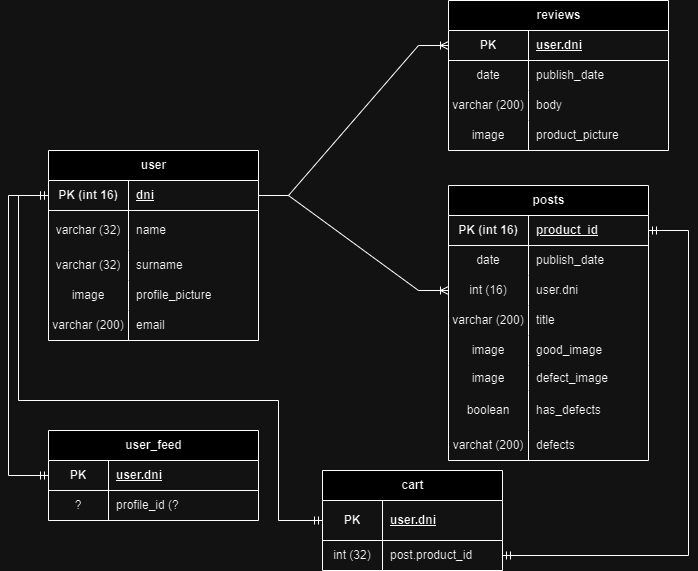
This is Documentacion BackEnd/DLR.drawio.png from ATREUSR/Proyecto-2023, a draw.io export, as it was before one commit. Source tidied: cells renumbered, new cells last; positions are measured from the earlier drawing's top-left corner, leaving out a move shared by most shapes. The source it was exported from:
```xml
<mxGraphModel>
  <root>
    <mxCell id="0" />
    <mxCell id="1" parent="0" />
    <mxCell id="2" value="user" style="shape=table;startSize=30;rowLines=0;fontStyle=1;align=center;html=1;" parent="1" vertex="1">
      <mxGeometry x="40" y="150" width="210" height="190" as="geometry" />
    </mxCell>
    <mxCell id="3" style="shape=tableRow;horizontal=0;startSize=0;swimlaneHead=0;swimlaneBody=0;fillColor=none;points=[[0,0.5],[1,0.5]];portConstraint=eastwest;top=0;left=0;right=0;bottom=1;" parent="2" vertex="1">
      <mxGeometry y="30" width="210" height="30" as="geometry" />
    </mxCell>
    <mxCell id="4" value="PK (int 16)" style="shape=partialRectangle;fillColor=none;top=0;left=0;bottom=0;right=0;fontStyle=1;overflow=hidden;whiteSpace=wrap;html=1;" parent="3" vertex="1">
      <mxGeometry width="80" height="30" as="geometry" />
    </mxCell>
    <mxCell id="5" value="dni" style="shape=partialRectangle;fillColor=none;top=0;left=0;bottom=0;right=0;align=left;spacingLeft=6;fontStyle=5;overflow=hidden;whiteSpace=wrap;html=1;" parent="3" vertex="1">
      <mxGeometry x="80" width="130" height="30" as="geometry" />
    </mxCell>
    <mxCell id="6" style="shape=tableRow;horizontal=0;startSize=0;swimlaneHead=0;swimlaneBody=0;fillColor=none;top=0;left=0;right=0;bottom=0;" parent="2" vertex="1">
      <mxGeometry y="60" width="210" height="40" as="geometry" />
    </mxCell>
    <mxCell id="7" value="varchar (32)" style="shape=partialRectangle;fillColor=none;top=0;left=0;bottom=0;right=0;overflow=hidden;whiteSpace=wrap;html=1;" parent="6" vertex="1">
      <mxGeometry width="80" height="40" as="geometry" />
    </mxCell>
    <mxCell id="8" value="name" style="shape=partialRectangle;fillColor=none;top=0;left=0;bottom=0;right=0;align=left;spacingLeft=6;overflow=hidden;whiteSpace=wrap;html=1;" parent="6" vertex="1">
      <mxGeometry x="80" width="130" height="40" as="geometry" />
    </mxCell>
    <mxCell id="9" style="shape=tableRow;horizontal=0;startSize=0;swimlaneHead=0;swimlaneBody=0;fillColor=none;top=0;left=0;right=0;bottom=0;" parent="2" vertex="1">
      <mxGeometry y="100" width="210" height="30" as="geometry" />
    </mxCell>
    <mxCell id="10" value="varchar (32)" style="shape=partialRectangle;fillColor=none;top=0;left=0;bottom=0;right=0;overflow=hidden;whiteSpace=wrap;html=1;" parent="9" vertex="1">
      <mxGeometry width="80" height="30" as="geometry" />
    </mxCell>
    <mxCell id="11" value="surname" style="shape=partialRectangle;fillColor=none;top=0;left=0;bottom=0;right=0;align=left;spacingLeft=6;overflow=hidden;whiteSpace=wrap;html=1;" parent="9" vertex="1">
      <mxGeometry x="80" width="130" height="30" as="geometry" />
    </mxCell>
    <mxCell id="12" style="shape=tableRow;horizontal=0;startSize=0;swimlaneHead=0;swimlaneBody=0;fillColor=none;top=0;left=0;right=0;bottom=0;" parent="2" vertex="1">
      <mxGeometry y="130" width="210" height="30" as="geometry" />
    </mxCell>
    <mxCell id="13" value="image" style="shape=partialRectangle;fillColor=none;top=0;left=0;bottom=0;right=0;overflow=hidden;whiteSpace=wrap;html=1;" parent="12" vertex="1">
      <mxGeometry width="80" height="30" as="geometry" />
    </mxCell>
    <mxCell id="14" value="profile_picture" style="shape=partialRectangle;fillColor=none;top=0;left=0;bottom=0;right=0;align=left;spacingLeft=6;overflow=hidden;whiteSpace=wrap;html=1;" parent="12" vertex="1">
      <mxGeometry x="80" width="130" height="30" as="geometry" />
    </mxCell>
    <mxCell id="15" style="shape=tableRow;horizontal=0;startSize=0;swimlaneHead=0;swimlaneBody=0;fillColor=none;top=0;left=0;right=0;bottom=0;" parent="2" vertex="1">
      <mxGeometry y="160" width="210" height="30" as="geometry" />
    </mxCell>
    <mxCell id="16" value="varchar (200)" style="shape=partialRectangle;fillColor=none;top=0;left=0;bottom=0;right=0;fontStyle=0;overflow=hidden;whiteSpace=wrap;html=1;" parent="15" vertex="1">
      <mxGeometry width="80" height="30" as="geometry" />
    </mxCell>
    <mxCell id="17" value="email" style="shape=partialRectangle;fillColor=none;top=0;left=0;bottom=0;right=0;align=left;spacingLeft=6;fontStyle=0;overflow=hidden;whiteSpace=wrap;html=1;" parent="15" vertex="1">
      <mxGeometry x="80" width="130" height="30" as="geometry" />
    </mxCell>
    <mxCell id="18" value="user_feed" style="shape=table;startSize=30;rowLines=0;fontStyle=1;align=center;html=1;" parent="1" vertex="1">
      <mxGeometry x="40" y="430" width="210" height="90" as="geometry" />
    </mxCell>
    <mxCell id="19" style="shape=tableRow;horizontal=0;startSize=0;swimlaneHead=0;swimlaneBody=0;fillColor=none;points=[[0,0.5],[1,0.5]];portConstraint=eastwest;top=0;left=0;right=0;bottom=1;" parent="18" vertex="1">
      <mxGeometry y="30" width="210" height="30" as="geometry" />
    </mxCell>
    <mxCell id="20" value="PK" style="shape=partialRectangle;fillColor=none;top=0;left=0;bottom=0;right=0;fontStyle=1;overflow=hidden;whiteSpace=wrap;html=1;" parent="19" vertex="1">
      <mxGeometry width="60" height="30" as="geometry" />
    </mxCell>
    <mxCell id="21" value="user.dni" style="shape=partialRectangle;fillColor=none;top=0;left=0;bottom=0;right=0;align=left;spacingLeft=6;fontStyle=5;overflow=hidden;whiteSpace=wrap;html=1;" parent="19" vertex="1">
      <mxGeometry x="60" width="150" height="30" as="geometry" />
    </mxCell>
    <mxCell id="22" style="shape=tableRow;horizontal=0;startSize=0;swimlaneHead=0;swimlaneBody=0;fillColor=none;top=0;left=0;right=0;bottom=0;" parent="18" vertex="1">
      <mxGeometry y="60" width="210" height="30" as="geometry" />
    </mxCell>
    <mxCell id="23" value="?" style="shape=partialRectangle;fillColor=none;top=0;left=0;bottom=0;right=0;overflow=hidden;whiteSpace=wrap;html=1;" parent="22" vertex="1">
      <mxGeometry width="60" height="30" as="geometry" />
    </mxCell>
    <mxCell id="24" value="profile_id (?" style="shape=partialRectangle;fillColor=none;top=0;left=0;bottom=0;right=0;align=left;spacingLeft=6;overflow=hidden;whiteSpace=wrap;html=1;" parent="22" vertex="1">
      <mxGeometry x="60" width="150" height="30" as="geometry" />
    </mxCell>
    <mxCell id="25" style="fontSize=12;html=1;endArrow=ERmandOne;startArrow=ERmandOne;rounded=0;entryX=0;entryY=0.5;entryDx=0;entryDy=0;exitX=0;exitY=0.5;exitDx=0;exitDy=0;" parent="1" edge="1" source="3" target="19">
      <mxGeometry relative="1" as="geometry">
        <Array as="points">
          <mxPoint y="195" />
          <mxPoint y="475" />
        </Array>
      </mxGeometry>
    </mxCell>
    <mxCell id="26" value="cart" style="shape=table;startSize=30;rowLines=0;fontStyle=1;align=center;html=1;" parent="1" vertex="1">
      <mxGeometry x="314" y="470" width="180" height="100" as="geometry" />
    </mxCell>
    <mxCell id="27" style="shape=tableRow;horizontal=0;startSize=0;swimlaneHead=0;swimlaneBody=0;fillColor=none;points=[[0,0.5],[1,0.5]];portConstraint=eastwest;top=0;left=0;right=0;bottom=1;" parent="26" vertex="1">
      <mxGeometry y="30" width="180" height="40" as="geometry" />
    </mxCell>
    <mxCell id="28" value="PK" style="shape=partialRectangle;fillColor=none;top=0;left=0;bottom=0;right=0;fontStyle=1;overflow=hidden;whiteSpace=wrap;html=1;" parent="27" vertex="1">
      <mxGeometry width="60" height="40" as="geometry" />
    </mxCell>
    <mxCell id="29" value="user.dni" style="shape=partialRectangle;fillColor=none;top=0;left=0;bottom=0;right=0;align=left;spacingLeft=6;fontStyle=5;overflow=hidden;whiteSpace=wrap;html=1;" parent="27" vertex="1">
      <mxGeometry x="60" width="120" height="40" as="geometry" />
    </mxCell>
    <mxCell id="30" style="shape=tableRow;horizontal=0;startSize=0;swimlaneHead=0;swimlaneBody=0;fillColor=none;points=[[0,0.5],[1,0.5]];portConstraint=eastwest;top=0;left=0;right=0;bottom=0;" parent="26" vertex="1">
      <mxGeometry y="70" width="180" height="30" as="geometry" />
    </mxCell>
    <mxCell id="31" value="int (32)" style="shape=partialRectangle;fillColor=none;top=0;left=0;bottom=0;right=0;overflow=hidden;whiteSpace=wrap;html=1;" parent="30" vertex="1">
      <mxGeometry width="60" height="30" as="geometry" />
    </mxCell>
    <mxCell id="32" value="post.product_id" style="shape=partialRectangle;fillColor=none;top=0;left=0;bottom=0;right=0;align=left;spacingLeft=6;overflow=hidden;whiteSpace=wrap;html=1;" parent="30" vertex="1">
      <mxGeometry x="60" width="120" height="30" as="geometry" />
    </mxCell>
    <mxCell id="33" style="fontSize=12;html=1;endArrow=ERmandOne;startArrow=ERmandOne;rounded=0;entryX=0;entryY=0.5;entryDx=0;entryDy=0;exitX=0;exitY=0.5;exitDx=0;exitDy=0;" parent="1" edge="1" source="3" target="27">
      <mxGeometry relative="1" as="geometry">
        <Array as="points">
          <mxPoint x="10" y="195" />
          <mxPoint x="10" y="400" />
          <mxPoint x="270" y="400" />
          <mxPoint x="270" y="520" />
        </Array>
      </mxGeometry>
    </mxCell>
    <mxCell id="34" value="reviews" style="shape=table;startSize=30;rowLines=0;fontStyle=1;align=center;html=1;" parent="1" vertex="1">
      <mxGeometry x="440" width="220" height="150" as="geometry" />
    </mxCell>
    <mxCell id="35" style="shape=tableRow;horizontal=0;startSize=0;swimlaneHead=0;swimlaneBody=0;fillColor=none;points=[[0,0.5],[1,0.5]];portConstraint=eastwest;top=0;left=0;right=0;bottom=1;" parent="34" vertex="1">
      <mxGeometry y="30" width="220" height="30" as="geometry" />
    </mxCell>
    <mxCell id="36" value="PK" style="shape=partialRectangle;fillColor=none;top=0;left=0;bottom=0;right=0;fontStyle=1;overflow=hidden;whiteSpace=wrap;html=1;" parent="35" vertex="1">
      <mxGeometry width="80" height="30" as="geometry" />
    </mxCell>
    <mxCell id="37" value="user.dni" style="shape=partialRectangle;fillColor=none;top=0;left=0;bottom=0;right=0;align=left;spacingLeft=6;fontStyle=5;overflow=hidden;whiteSpace=wrap;html=1;" parent="35" vertex="1">
      <mxGeometry x="80" width="140" height="30" as="geometry" />
    </mxCell>
    <mxCell id="38" style="shape=tableRow;horizontal=0;startSize=0;swimlaneHead=0;swimlaneBody=0;fillColor=none;top=0;left=0;right=0;bottom=0;" parent="34" vertex="1">
      <mxGeometry y="60" width="220" height="30" as="geometry" />
    </mxCell>
    <mxCell id="39" value="date" style="shape=partialRectangle;fillColor=none;top=0;left=0;bottom=0;right=0;overflow=hidden;whiteSpace=wrap;html=1;" parent="38" vertex="1">
      <mxGeometry width="80" height="30" as="geometry" />
    </mxCell>
    <mxCell id="40" value="publish_date" style="shape=partialRectangle;fillColor=none;top=0;left=0;bottom=0;right=0;align=left;spacingLeft=6;overflow=hidden;whiteSpace=wrap;html=1;" parent="38" vertex="1">
      <mxGeometry x="80" width="140" height="30" as="geometry" />
    </mxCell>
    <mxCell id="41" style="shape=tableRow;horizontal=0;startSize=0;swimlaneHead=0;swimlaneBody=0;fillColor=none;top=0;left=0;right=0;bottom=0;" parent="34" vertex="1">
      <mxGeometry y="90" width="220" height="30" as="geometry" />
    </mxCell>
    <mxCell id="42" value="varchar (200)" style="shape=partialRectangle;fillColor=none;top=0;left=0;bottom=0;right=0;overflow=hidden;whiteSpace=wrap;html=1;" parent="41" vertex="1">
      <mxGeometry width="80" height="30" as="geometry" />
    </mxCell>
    <mxCell id="43" value="body" style="shape=partialRectangle;fillColor=none;top=0;left=0;bottom=0;right=0;align=left;spacingLeft=6;overflow=hidden;whiteSpace=wrap;html=1;" parent="41" vertex="1">
      <mxGeometry x="80" width="140" height="30" as="geometry" />
    </mxCell>
    <mxCell id="44" style="shape=tableRow;horizontal=0;startSize=0;swimlaneHead=0;swimlaneBody=0;fillColor=none;top=0;left=0;right=0;bottom=0;" parent="34" vertex="1">
      <mxGeometry y="120" width="220" height="30" as="geometry" />
    </mxCell>
    <mxCell id="45" value="image" style="shape=partialRectangle;fillColor=none;top=0;left=0;bottom=0;right=0;overflow=hidden;whiteSpace=wrap;html=1;" parent="44" vertex="1">
      <mxGeometry width="80" height="30" as="geometry" />
    </mxCell>
    <mxCell id="46" value="product_picture" style="shape=partialRectangle;fillColor=none;top=0;left=0;bottom=0;right=0;align=left;spacingLeft=6;overflow=hidden;whiteSpace=wrap;html=1;" parent="44" vertex="1">
      <mxGeometry x="80" width="140" height="30" as="geometry" />
    </mxCell>
    <mxCell id="47" style="edgeStyle=entityRelationEdgeStyle;fontSize=12;html=1;endArrow=ERoneToMany;rounded=0;exitX=1;exitY=0.5;exitDx=0;exitDy=0;entryX=0;entryY=0.5;entryDx=0;entryDy=0;" parent="1" edge="1" source="3" target="35">
      <mxGeometry relative="1" as="geometry">
        <Array as="points">
          <mxPoint x="290" y="190" />
          <mxPoint x="310" y="190" />
          <mxPoint x="300" y="190" />
        </Array>
      </mxGeometry>
    </mxCell>
    <mxCell id="48" value="posts" style="shape=table;startSize=30;rowLines=0;fontStyle=1;align=center;html=1;" parent="1" vertex="1">
      <mxGeometry x="440" y="185" width="200" height="275" as="geometry" />
    </mxCell>
    <mxCell id="49" style="shape=tableRow;horizontal=0;startSize=0;swimlaneHead=0;swimlaneBody=0;fillColor=none;points=[[0,0.5],[1,0.5]];portConstraint=eastwest;top=0;left=0;right=0;bottom=1;" parent="48" vertex="1">
      <mxGeometry y="30" width="200" height="30" as="geometry" />
    </mxCell>
    <mxCell id="50" value="PK (int 16)" style="shape=partialRectangle;fillColor=none;top=0;left=0;bottom=0;right=0;fontStyle=1;overflow=hidden;whiteSpace=wrap;html=1;" parent="49" vertex="1">
      <mxGeometry width="80" height="30" as="geometry" />
    </mxCell>
    <mxCell id="51" value="product_id" style="shape=partialRectangle;fillColor=none;top=0;left=0;bottom=0;right=0;align=left;spacingLeft=6;fontStyle=5;overflow=hidden;whiteSpace=wrap;html=1;" parent="49" vertex="1">
      <mxGeometry x="80" width="120" height="30" as="geometry" />
    </mxCell>
    <mxCell id="52" style="shape=tableRow;horizontal=0;startSize=0;swimlaneHead=0;swimlaneBody=0;fillColor=none;top=0;left=0;right=0;bottom=0;" parent="48" vertex="1">
      <mxGeometry y="60" width="200" height="30" as="geometry" />
    </mxCell>
    <mxCell id="53" value="date" style="shape=partialRectangle;fillColor=none;top=0;left=0;bottom=0;right=0;overflow=hidden;whiteSpace=wrap;html=1;" parent="52" vertex="1">
      <mxGeometry width="80" height="30" as="geometry" />
    </mxCell>
    <mxCell id="54" value="publish_date" style="shape=partialRectangle;fillColor=none;top=0;left=0;bottom=0;right=0;align=left;spacingLeft=6;overflow=hidden;whiteSpace=wrap;html=1;" parent="52" vertex="1">
      <mxGeometry x="80" width="120" height="30" as="geometry" />
    </mxCell>
    <mxCell id="55" style="shape=tableRow;horizontal=0;startSize=0;swimlaneHead=0;swimlaneBody=0;fillColor=none;points=[[0,0.5],[1,0.5]];portConstraint=eastwest;top=0;left=0;right=0;bottom=0;" parent="48" vertex="1">
      <mxGeometry y="90" width="200" height="30" as="geometry" />
    </mxCell>
    <mxCell id="56" value="int (16)" style="shape=partialRectangle;fillColor=none;top=0;left=0;bottom=0;right=0;fontStyle=0;overflow=hidden;whiteSpace=wrap;html=1;" parent="55" vertex="1">
      <mxGeometry width="80" height="30" as="geometry" />
    </mxCell>
    <mxCell id="57" value="user.dni" style="shape=partialRectangle;fillColor=none;top=0;left=0;bottom=0;right=0;align=left;spacingLeft=6;fontStyle=0;overflow=hidden;whiteSpace=wrap;html=1;" parent="55" vertex="1">
      <mxGeometry x="80" width="120" height="30" as="geometry" />
    </mxCell>
    <mxCell id="58" style="shape=tableRow;horizontal=0;startSize=0;swimlaneHead=0;swimlaneBody=0;fillColor=none;top=0;left=0;right=0;bottom=0;" parent="48" vertex="1">
      <mxGeometry y="120" width="200" height="30" as="geometry" />
    </mxCell>
    <mxCell id="59" value="varchar (200)" style="shape=partialRectangle;fillColor=none;top=0;left=0;bottom=0;right=0;overflow=hidden;whiteSpace=wrap;html=1;" parent="58" vertex="1">
      <mxGeometry width="80" height="30" as="geometry" />
    </mxCell>
    <mxCell id="60" value="title" style="shape=partialRectangle;fillColor=none;top=0;left=0;bottom=0;right=0;align=left;spacingLeft=6;overflow=hidden;whiteSpace=wrap;html=1;" parent="58" vertex="1">
      <mxGeometry x="80" width="120" height="30" as="geometry" />
    </mxCell>
    <mxCell id="61" style="shape=tableRow;horizontal=0;startSize=0;swimlaneHead=0;swimlaneBody=0;fillColor=none;top=0;left=0;right=0;bottom=0;" parent="48" vertex="1">
      <mxGeometry y="150" width="200" height="30" as="geometry" />
    </mxCell>
    <mxCell id="62" value="image" style="shape=partialRectangle;fillColor=none;top=0;left=0;bottom=0;right=0;overflow=hidden;whiteSpace=wrap;html=1;" parent="61" vertex="1">
      <mxGeometry width="80" height="30" as="geometry" />
    </mxCell>
    <mxCell id="63" value="good_image" style="shape=partialRectangle;fillColor=none;top=0;left=0;bottom=0;right=0;align=left;spacingLeft=6;overflow=hidden;whiteSpace=wrap;html=1;" parent="61" vertex="1">
      <mxGeometry x="80" width="120" height="30" as="geometry" />
    </mxCell>
    <mxCell id="64" style="shape=tableRow;horizontal=0;startSize=0;swimlaneHead=0;swimlaneBody=0;fillColor=none;top=0;left=0;right=0;bottom=0;" parent="48" vertex="1">
      <mxGeometry y="180" width="200" height="25" as="geometry" />
    </mxCell>
    <mxCell id="65" value="image" style="shape=partialRectangle;fillColor=none;top=0;left=0;bottom=0;right=0;fontStyle=0;overflow=hidden;whiteSpace=wrap;html=1;" parent="64" vertex="1">
      <mxGeometry width="80" height="25" as="geometry" />
    </mxCell>
    <mxCell id="66" value="defect_image" style="shape=partialRectangle;fillColor=none;top=0;left=0;bottom=0;right=0;align=left;spacingLeft=6;fontStyle=0;overflow=hidden;whiteSpace=wrap;html=1;" parent="64" vertex="1">
      <mxGeometry x="80" width="120" height="25" as="geometry" />
    </mxCell>
    <mxCell id="67" style="shape=tableRow;horizontal=0;startSize=0;swimlaneHead=0;swimlaneBody=0;fillColor=none;top=0;left=0;right=0;bottom=0;" parent="48" vertex="1">
      <mxGeometry y="205" width="200" height="40" as="geometry" />
    </mxCell>
    <mxCell id="68" value="boolean" style="shape=partialRectangle;fillColor=none;top=0;left=0;bottom=0;right=0;fontStyle=0;overflow=hidden;whiteSpace=wrap;html=1;" parent="67" vertex="1">
      <mxGeometry width="80" height="40" as="geometry" />
    </mxCell>
    <mxCell id="69" value="has_defects" style="shape=partialRectangle;fillColor=none;top=0;left=0;bottom=0;right=0;align=left;spacingLeft=6;fontStyle=0;overflow=hidden;whiteSpace=wrap;html=1;" parent="67" vertex="1">
      <mxGeometry x="80" width="120" height="40" as="geometry" />
    </mxCell>
    <mxCell id="70" style="shape=tableRow;horizontal=0;startSize=0;swimlaneHead=0;swimlaneBody=0;fillColor=none;top=0;left=0;right=0;bottom=0;" parent="48" vertex="1">
      <mxGeometry y="245" width="200" height="30" as="geometry" />
    </mxCell>
    <mxCell id="71" value="varchat (200)" style="shape=partialRectangle;fillColor=none;top=0;left=0;bottom=0;right=0;fontStyle=0;overflow=hidden;whiteSpace=wrap;html=1;" parent="70" vertex="1">
      <mxGeometry width="80" height="30" as="geometry" />
    </mxCell>
    <mxCell id="72" value="defects" style="shape=partialRectangle;fillColor=none;top=0;left=0;bottom=0;right=0;align=left;spacingLeft=6;fontStyle=0;overflow=hidden;whiteSpace=wrap;html=1;" parent="70" vertex="1">
      <mxGeometry x="80" width="120" height="30" as="geometry" />
    </mxCell>
    <mxCell id="73" style="edgeStyle=entityRelationEdgeStyle;fontSize=12;html=1;endArrow=ERoneToMany;rounded=0;exitX=1;exitY=0.5;exitDx=0;exitDy=0;entryX=0;entryY=0.5;entryDx=0;entryDy=0;" parent="1" edge="1" source="3" target="55">
      <mxGeometry relative="1" as="geometry" />
    </mxCell>
    <mxCell id="74" style="fontSize=12;html=1;endArrow=ERmandOne;startArrow=ERmandOne;rounded=0;exitX=1;exitY=0.5;exitDx=0;exitDy=0;entryX=1;entryY=0.5;entryDx=0;entryDy=0;" parent="1" edge="1" source="30" target="49">
      <mxGeometry relative="1" as="geometry">
        <Array as="points">
          <mxPoint x="680" y="555" />
          <mxPoint x="680" y="230" />
        </Array>
      </mxGeometry>
    </mxCell>
  </root>
</mxGraphModel>
```
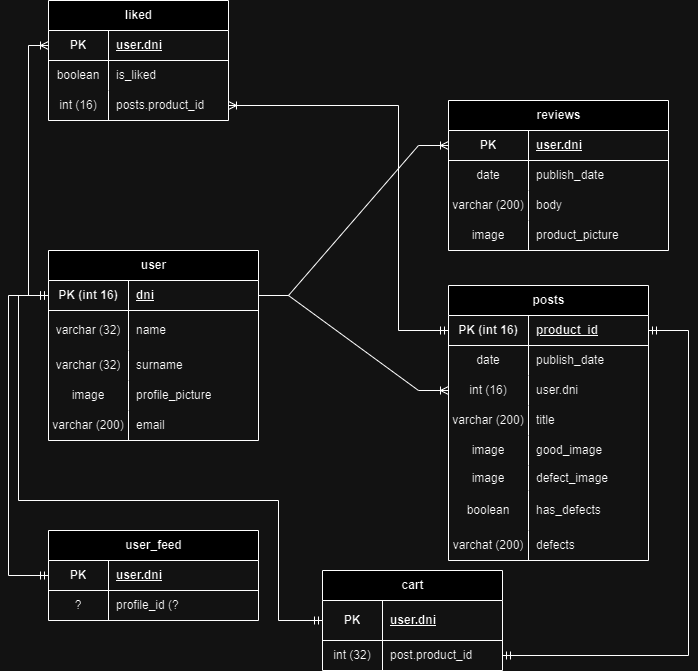
Later version of the same file.

Commit message:
docs(DLR): Agregue la entidad liked

What changed in the source:
```diff
@@ -244,5 +244,46 @@
         </Array>
       </mxGeometry>
     </mxCell>
+    <mxCell id="75" value="liked" style="shape=table;startSize=30;rowLines=0;fontStyle=1;align=center;html=1;" parent="1" vertex="1">
+      <mxGeometry x="40" y="-100" width="180" height="120" as="geometry" />
+    </mxCell>
+    <mxCell id="76" style="shape=tableRow;horizontal=0;startSize=0;swimlaneHead=0;swimlaneBody=0;fillColor=none;points=[[0,0.5],[1,0.5]];portConstraint=eastwest;top=0;left=0;right=0;bottom=1;" parent="75" vertex="1">
+      <mxGeometry y="30" width="180" height="30" as="geometry" />
+    </mxCell>
+    <mxCell id="77" value="PK" style="shape=partialRectangle;fillColor=none;top=0;left=0;bottom=0;right=0;fontStyle=1;overflow=hidden;whiteSpace=wrap;html=1;" parent="76" vertex="1">
+      <mxGeometry width="60" height="30" as="geometry" />
+    </mxCell>
+    <mxCell id="78" value="user.dni" style="shape=partialRectangle;fillColor=none;top=0;left=0;bottom=0;right=0;align=left;spacingLeft=6;fontStyle=5;overflow=hidden;whiteSpace=wrap;html=1;" parent="76" vertex="1">
+      <mxGeometry x="60" width="120" height="30" as="geometry" />
+    </mxCell>
+    <mxCell id="79" style="shape=tableRow;horizontal=0;startSize=0;swimlaneHead=0;swimlaneBody=0;fillColor=none;top=0;left=0;right=0;bottom=0;" parent="75" vertex="1">
+      <mxGeometry y="60" width="180" height="30" as="geometry" />
+    </mxCell>
+    <mxCell id="80" value="boolean" style="shape=partialRectangle;fillColor=none;top=0;left=0;bottom=0;right=0;overflow=hidden;whiteSpace=wrap;html=1;" parent="79" vertex="1">
+      <mxGeometry width="60" height="30" as="geometry" />
+    </mxCell>
+    <mxCell id="81" value="is_liked" style="shape=partialRectangle;fillColor=none;top=0;left=0;bottom=0;right=0;align=left;spacingLeft=6;overflow=hidden;whiteSpace=wrap;html=1;" parent="79" vertex="1">
+      <mxGeometry x="60" width="120" height="30" as="geometry" />
+    </mxCell>
+    <mxCell id="82" style="shape=tableRow;horizontal=0;startSize=0;swimlaneHead=0;swimlaneBody=0;fillColor=none;points=[[0,0.5],[1,0.5]];portConstraint=eastwest;top=0;left=0;right=0;bottom=0;" parent="75" vertex="1">
+      <mxGeometry y="90" width="180" height="30" as="geometry" />
+    </mxCell>
+    <mxCell id="83" value="int (16)" style="shape=partialRectangle;fillColor=none;top=0;left=0;bottom=0;right=0;overflow=hidden;whiteSpace=wrap;html=1;" parent="82" vertex="1">
+      <mxGeometry width="60" height="30" as="geometry" />
+    </mxCell>
+    <mxCell id="84" value="posts.product_id" style="shape=partialRectangle;fillColor=none;top=0;left=0;bottom=0;right=0;align=left;spacingLeft=6;overflow=hidden;whiteSpace=wrap;html=1;" parent="82" vertex="1">
+      <mxGeometry x="60" width="120" height="30" as="geometry" />
+    </mxCell>
+    <mxCell id="85" style="fontSize=12;html=1;endArrow=ERoneToMany;startArrow=ERmandOne;rounded=0;exitX=0;exitY=0.5;exitDx=0;exitDy=0;entryX=1;entryY=0.5;entryDx=0;entryDy=0;startFill=0;endFill=0;" parent="1" edge="1" source="49" target="82">
+      <mxGeometry relative="1" as="geometry">
+        <Array as="points">
+          <mxPoint x="390" y="230" />
+          <mxPoint x="390" y="5" />
+        </Array>
+      </mxGeometry>
+    </mxCell>
+    <mxCell id="86" style="edgeStyle=orthogonalEdgeStyle;rounded=0;jettySize=auto;html=1;exitX=0;exitY=0.5;exitDx=0;exitDy=0;entryX=0;entryY=0.5;entryDx=0;entryDy=0;endArrow=ERoneToMany;endFill=0;startArrow=ERmandOne;startFill=0;" parent="1" edge="1" source="3" target="76">
+      <mxGeometry relative="1" as="geometry" />
+    </mxCell>
   </root>
 </mxGraphModel>
```
